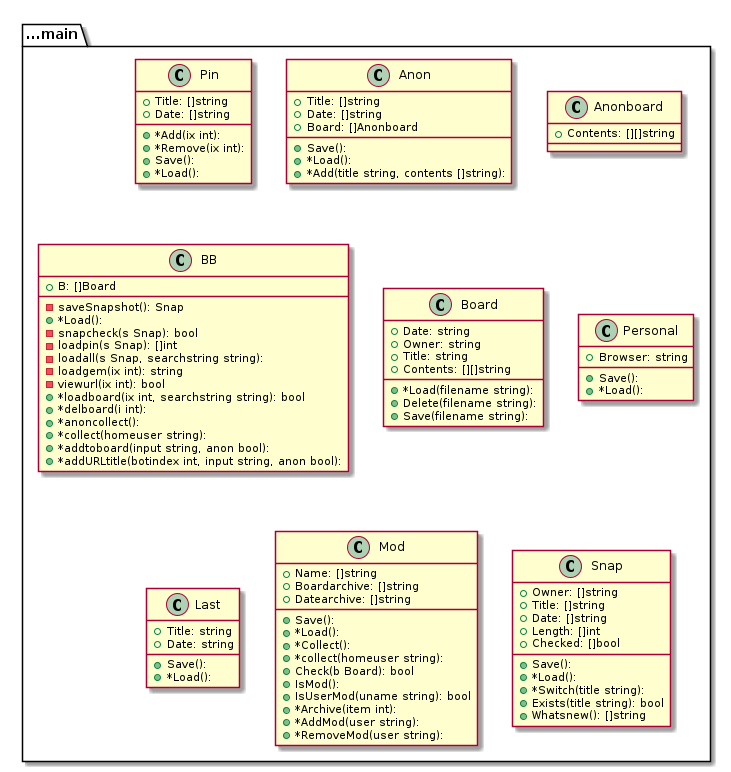
Before: graph.png, a diagram exported from PlantUML (tbal999/bb).
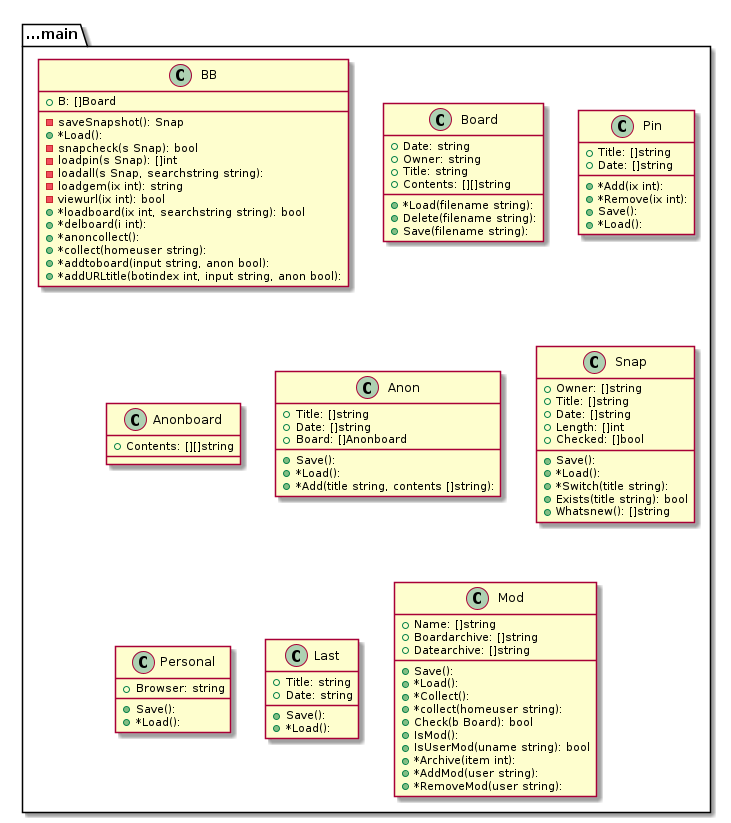
After the change.

The edit, as a diff of the source:
```diff
@@ -1,30 +1,4 @@
 @startuml
-package ...main{
-class Pin {
-+Title: []string
-+Date: []string
-+*Add(ix int):
-+*Remove(ix int):
-+Save():
-+*Load():
-}
-}
-package ...main{
-class Anon {
-+Title: []string
-+Date: []string
-+Board: []Anonboard
-+Save():
-+*Load():
-+*Add(title string, contents []string):
-}
-}
-package ...main{
-class Anonboard {
-+Contents: [][]string
-
-}
-}
 package ...main{
 class BB {
 +B: []Board
@@ -52,6 +26,46 @@
 +*Load(filename string):
 +Delete(filename string):
 +Save(filename string):
+}
+}
+package ...main{
+class Pin {
++Title: []string
++Date: []string
++*Add(ix int):
++*Remove(ix int):
++Save():
++*Load():
+}
+}
+package ...main{
+class Anonboard {
++Contents: [][]string
+
+}
+}
+package ...main{
+class Anon {
++Title: []string
++Date: []string
++Board: []Anonboard
++Save():
++*Load():
++*Add(title string, contents []string):
+}
+}
+package ...main{
+class Snap {
++Owner: []string
++Title: []string
++Date: []string
++Length: []int
++Checked: []bool
++Save():
++*Load():
++*Switch(title string):
++Exists(title string): bool
++Whatsnew(): []string
 }
 }
 package ...main{
@@ -86,19 +100,5 @@
 +*RemoveMod(user string):
 }
 }
-package ...main{
-class Snap {
-+Owner: []string
-+Title: []string
-+Date: []string
-+Length: []int
-+Checked: []bool
-+Save():
-+*Load():
-+*Switch(title string):
-+Exists(title string): bool
-+Whatsnew(): []string
-}
-}
 
 @enduml
```
